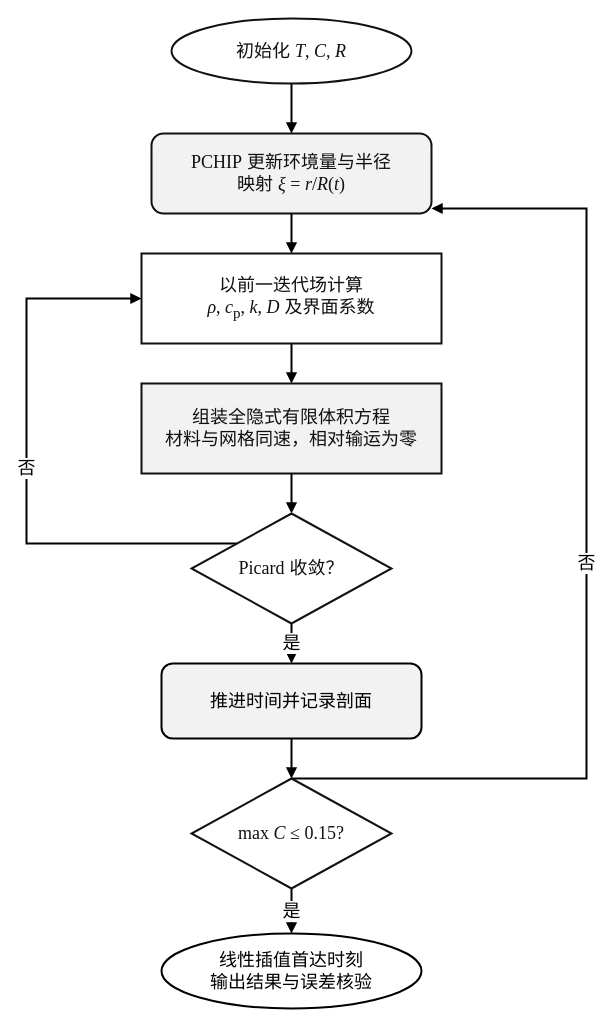
This is CUMCM2026Problems/A题/drawio/moving_boundary_solver.drawio from Ruan-WH/26mathmodel, a draw.io file, before an edit. Source tidied: cells renumbered, new cells numbered last; positions are measured from the earlier drawing's top-left corner, leaving out a move shared by most shapes. Both pictures are drawn from the tidied source at 100%, with x=0, y=0 at pixel (26, 18).
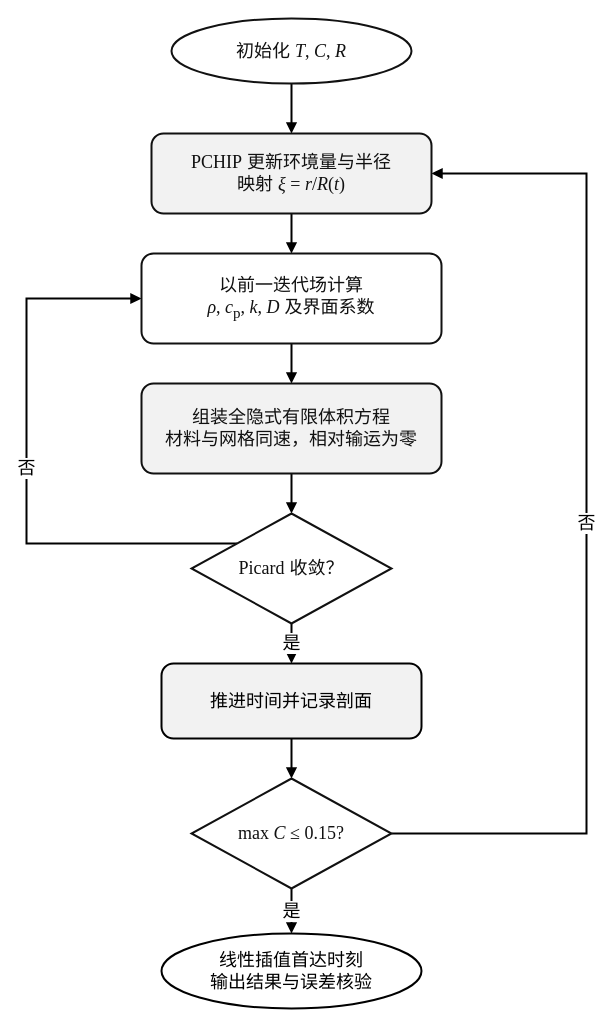
After the change.

Unchanged cells that the change refers to:
```xml
<mxCell id="17" value="&lt;font face=&quot;Times New Roman&quot;&gt;max &lt;i&gt;C&lt;/i&gt; ≤ 0.15?&lt;/font&gt;" style="rhombus;whiteSpace=wrap;html=1;strokeColor=#111111;strokeWidth=2;fillColor=#ffffff;fontFamily=Times New Roman;fontSize=18;fontColor=#111111;" parent="1" vertex="1">
  <mxGeometry x="165" y="760" width="200" height="110" as="geometry" />
</mxCell>
```

What changed in the source:
```diff
@@
-    <mxCell id="9" value="否" style="edgeStyle=orthogonalEdgeStyle;rounded=0;html=1;endArrow=block;endFill=1;strokeWidth=2;strokeColor=#000000;fontFamily=SimSun;fontSize=18;" parent="1" edge="1" source="17" target="12">
+    <mxCell id="9" value="否" style="edgeStyle=orthogonalEdgeStyle;rounded=0;html=1;endArrow=block;endFill=1;strokeWidth=2;strokeColor=#000000;fontFamily=SimSun;fontSize=18;exitX=1;exitY=0.5;exitDx=0;exitDy=0;entryX=1;entryY=0.5;entryDx=0;entryDy=0;" parent="1" edge="1" source="17" target="12">
       <mxGeometry relative="1" as="geometry">
         <Array as="points">
-          <mxPoint x="560" y="760" />
-          <mxPoint x="560" y="190" />
+          <mxPoint x="560" y="815" />
+          <mxPoint x="560" y="155" />
         </Array>
       </mxGeometry>
     </mxCell>
@@
-    <mxCell id="12" value="&lt;font face=&quot;Times New Roman&quot;&gt;PCHIP&lt;/font&gt;&lt;font face=&quot;SimSun&quot;&gt; 更新环境量与半径&lt;/font&gt;&lt;br&gt;&lt;font face=&quot;SimSun&quot;&gt;映射 &lt;/font&gt;&lt;font face=&quot;Times New Roman&quot;&gt;&lt;i&gt;ξ&lt;/i&gt; = &lt;i&gt;r&lt;/i&gt;/&lt;i&gt;R&lt;/i&gt;(&lt;i&gt;t&lt;/i&gt;)&lt;/font&gt;" style="rounded=1;whiteSpace=wrap;html=1;strokeColor=#111111;strokeWidth=2;fillColor=#f2f2f2;fontFamily=SimSun;fontSize=18;fontColor=#111111;" parent="1" vertex="1">
+    <mxCell id="12" value="&lt;font face=&quot;Times New Roman&quot;&gt;PCHIP&lt;/font&gt;&lt;font face=&quot;SimSun&quot;&gt; 更新环境量与半径&lt;/font&gt;&lt;br&gt;&lt;font face=&quot;SimSun&quot;&gt;映射 &lt;/font&gt;&lt;font face=&quot;Times New Roman&quot;&gt;&lt;i&gt;ξ&lt;/i&gt; = &lt;i&gt;r&lt;/i&gt;/&lt;i&gt;R&lt;/i&gt;(&lt;i&gt;t&lt;/i&gt;)&lt;/font&gt;" style="rounded=1;whiteSpace=wrap;html=1;strokeColor=#111111;strokeWidth=2;fillColor=#f2f2f2;fontFamily=SimSun;fontSize=18;fontColor=#111111;absoluteArcSize=1;arcSize=24;" parent="1" vertex="1">
       <mxGeometry x="125" y="115" width="280" height="80" as="geometry" />
     </mxCell>
-    <mxCell id="13" value="&lt;font face=&quot;SimSun&quot;&gt;以前一迭代场计算&lt;/font&gt;&lt;br&gt;&lt;font face=&quot;Times New Roman&quot;&gt;&lt;i&gt;ρ&lt;/i&gt;, &lt;i&gt;c&lt;/i&gt;&lt;sub&gt;p&lt;/sub&gt;, &lt;i&gt;k&lt;/i&gt;, &lt;i&gt;D&lt;/i&gt;&lt;/font&gt;&lt;font face=&quot;SimSun&quot;&gt; 及界面系数&lt;/font&gt;" style="rounded=0;whiteSpace=wrap;html=1;strokeColor=#111111;strokeWidth=2;fillColor=#ffffff;fontFamily=SimSun;fontSize=18;fontColor=#111111;" parent="1" vertex="1">
+    <mxCell id="13" value="&lt;font face=&quot;SimSun&quot;&gt;以前一迭代场计算&lt;/font&gt;&lt;br&gt;&lt;font face=&quot;Times New Roman&quot;&gt;&lt;i&gt;ρ&lt;/i&gt;, &lt;i&gt;c&lt;/i&gt;&lt;sub&gt;p&lt;/sub&gt;, &lt;i&gt;k&lt;/i&gt;, &lt;i&gt;D&lt;/i&gt;&lt;/font&gt;&lt;font face=&quot;SimSun&quot;&gt; 及界面系数&lt;/font&gt;" style="rounded=1;whiteSpace=wrap;html=1;strokeColor=#111111;strokeWidth=2;fillColor=#ffffff;fontFamily=SimSun;fontSize=18;fontColor=#111111;absoluteArcSize=1;arcSize=24;" parent="1" vertex="1">
       <mxGeometry x="115" y="235" width="300" height="90" as="geometry" />
     </mxCell>
-    <mxCell id="14" value="&lt;font face=&quot;SimSun&quot;&gt;组装全隐式有限体积方程&lt;/font&gt;&lt;br&gt;&lt;font face=&quot;SimSun&quot;&gt;材料与网格同速，相对输运为零&lt;/font&gt;" style="rounded=0;whiteSpace=wrap;html=1;strokeColor=#111111;strokeWidth=2;fillColor=#f2f2f2;fontFamily=SimSun;fontSize=18;fontColor=#111111;" parent="1" vertex="1">
+    <mxCell id="14" value="&lt;font face=&quot;SimSun&quot;&gt;组装全隐式有限体积方程&lt;/font&gt;&lt;br&gt;&lt;font face=&quot;SimSun&quot;&gt;材料与网格同速，相对输运为零&lt;/font&gt;" style="rounded=1;whiteSpace=wrap;html=1;strokeColor=#111111;strokeWidth=2;fillColor=#f2f2f2;fontFamily=SimSun;fontSize=18;fontColor=#111111;absoluteArcSize=1;arcSize=24;" parent="1" vertex="1">
       <mxGeometry x="115" y="365" width="300" height="90" as="geometry" />
     </mxCell>
@@
-    <mxCell id="16" value="推进时间并记录剖面" style="rounded=1;whiteSpace=wrap;html=1;strokeColor=#000000;strokeWidth=2;fillColor=#f2f2f2;fontFamily=SimSun;fontSize=18;" parent="1" vertex="1">
+    <mxCell id="16" value="推进时间并记录剖面" style="rounded=1;whiteSpace=wrap;html=1;strokeColor=#000000;strokeWidth=2;fillColor=#f2f2f2;fontFamily=SimSun;fontSize=18;absoluteArcSize=1;arcSize=24;" parent="1" vertex="1">
       <mxGeometry x="135" y="645" width="260" height="75" as="geometry" />
     </mxCell>
```
